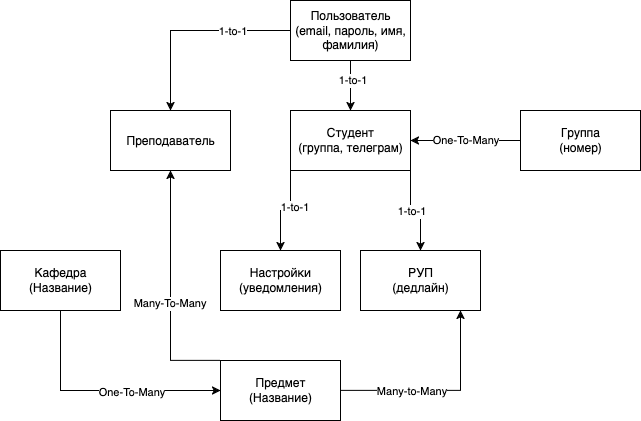
The draw.io diagram docs/images/infological-schema.png in askerdev/academic-difference-api, before a commit. Source tidied: cells renumbered, new cells last; positions are measured from the earlier drawing's top-left corner, leaving out a move shared by most shapes.
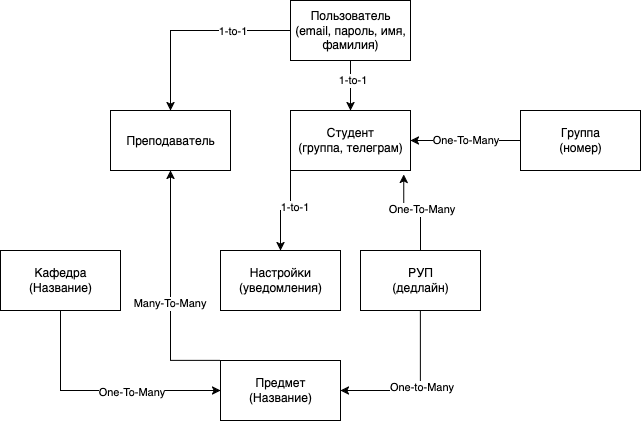
After the commit.

Diff of the diagram source:
```diff
@@ -10,14 +10,6 @@
         <mxPoint x="1" as="offset" />
       </mxGeometry>
     </mxCell>
-    <mxCell id="4" style="edgeStyle=orthogonalEdgeStyle;rounded=0;jettySize=auto;html=1;exitX=1;exitY=1;exitDx=0;exitDy=0;entryX=0.5;entryY=0;entryDx=0;entryDy=0;" parent="1" edge="1" source="6" target="17">
-      <mxGeometry relative="1" as="geometry" />
-    </mxCell>
-    <mxCell id="5" value="1-to-1" style="edgeLabel;html=1;align=center;verticalAlign=middle;" parent="4" vertex="1">
-      <mxGeometry x="-0.34" relative="1" as="geometry">
-        <mxPoint y="10" as="offset" />
-      </mxGeometry>
-    </mxCell>
     <mxCell id="6" value="&lt;div&gt;Студент&lt;/div&gt;(группа, телеграм)" style="rounded=0;whiteSpace=wrap;html=1;" parent="1" vertex="1">
       <mxGeometry x="290" y="110" width="120" height="60" as="geometry" />
     </mxCell>
@@ -55,19 +47,15 @@
     <mxCell id="16" value="&lt;div&gt;Кафедра&lt;/div&gt;(Название)" style="rounded=0;whiteSpace=wrap;html=1;" parent="1" vertex="1">
       <mxGeometry y="250" width="120" height="60" as="geometry" />
     </mxCell>
+    <mxCell id="25" style="edgeStyle=orthogonalEdgeStyle;rounded=0;jettySize=auto;html=1;exitX=0.5;exitY=1;exitDx=0;exitDy=0;entryX=1;entryY=0.5;entryDx=0;entryDy=0;" parent="1" edge="1" source="17" target="22">
+      <mxGeometry relative="1" as="geometry" />
+    </mxCell>
+    <mxCell id="26" value="One-to-Many" style="edgeLabel;html=1;align=center;verticalAlign=middle;" parent="25" vertex="1">
+      <mxGeometry x="-0.06" relative="1" as="geometry" />
+    </mxCell>
     <mxCell id="17" value="&lt;div&gt;РУП&lt;/div&gt;(дедлайн)" style="rounded=0;whiteSpace=wrap;html=1;" parent="1" vertex="1">
       <mxGeometry x="360" y="250" width="120" height="60" as="geometry" />
     </mxCell>
-    <mxCell id="18" style="edgeStyle=orthogonalEdgeStyle;rounded=0;jettySize=auto;html=1;exitX=1;exitY=0.5;exitDx=0;exitDy=0;entryX=0.5;entryY=1;entryDx=0;entryDy=0;" parent="1" edge="1" source="22">
-      <mxGeometry relative="1" as="geometry">
-        <mxPoint x="460" y="310" as="targetPoint" />
-      </mxGeometry>
-    </mxCell>
-    <mxCell id="19" value="Many-to-Many" style="edgeLabel;html=1;align=center;verticalAlign=middle;" parent="18" vertex="1">
-      <mxGeometry x="-0.25" y="-3" relative="1" as="geometry">
-        <mxPoint x="-5" y="-3" as="offset" />
-      </mxGeometry>
-    </mxCell>
     <mxCell id="20" style="edgeStyle=orthogonalEdgeStyle;rounded=0;jettySize=auto;html=1;exitX=0;exitY=0;exitDx=0;exitDy=0;entryX=0.5;entryY=1;entryDx=0;entryDy=0;" parent="1" edge="1" source="22" target="7">
       <mxGeometry relative="1" as="geometry">
         <Array as="points">
@@ -87,5 +75,11 @@
     <mxCell id="24" value="&lt;div&gt;Группа&lt;/div&gt;&lt;div&gt;(номер)&lt;/div&gt;" style="rounded=0;whiteSpace=wrap;html=1;" parent="1" vertex="1">
       <mxGeometry x="520" y="110" width="120" height="60" as="geometry" />
     </mxCell>
+    <mxCell id="27" style="edgeStyle=orthogonalEdgeStyle;rounded=0;jettySize=auto;html=1;exitX=0.5;exitY=0;exitDx=0;exitDy=0;entryX=0.944;entryY=1.064;entryDx=0;entryDy=0;entryPerimeter=0;" parent="1" edge="1" source="17" target="6">
+      <mxGeometry relative="1" as="geometry" />
+    </mxCell>
+    <mxCell id="28" value="One-To-Many" style="edgeLabel;html=1;align=center;verticalAlign=middle;" parent="27" vertex="1">
+      <mxGeometry x="-0.15" y="-2" relative="1" as="geometry" />
+    </mxCell>
   </root>
 </mxGraphModel>
```
